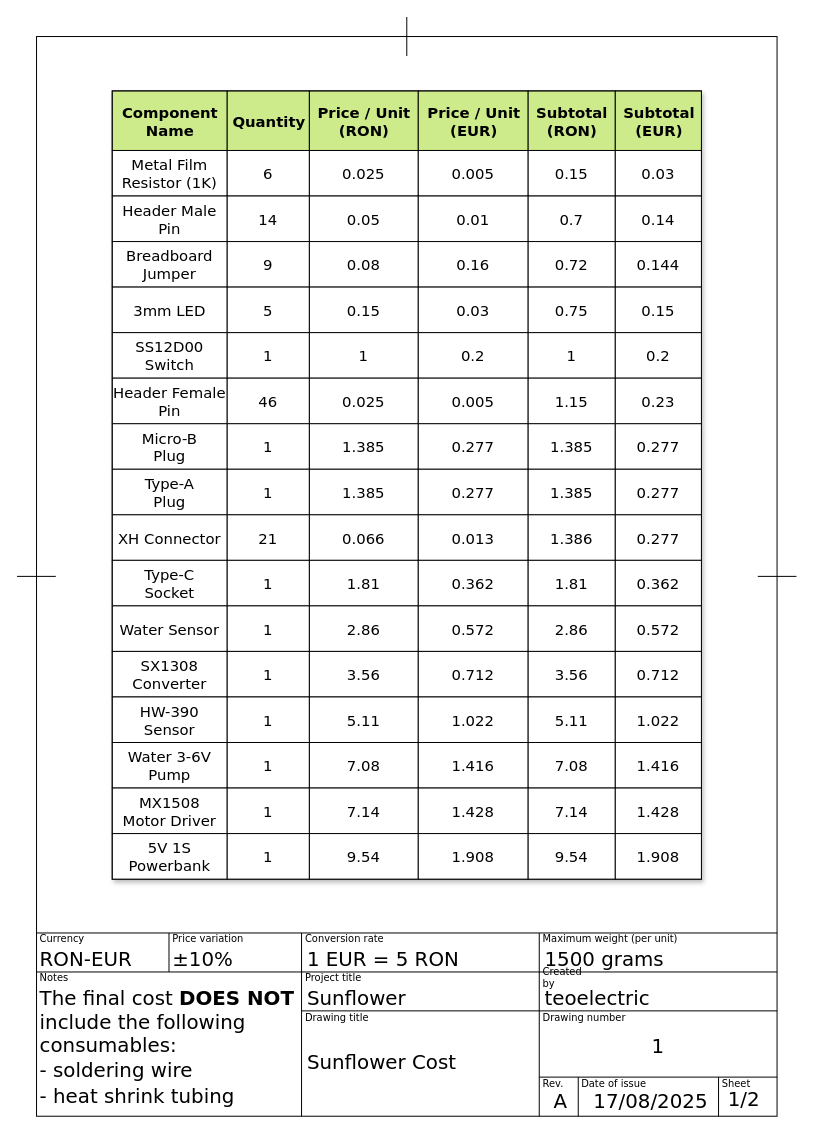
This is page "Sheet 1" (1 of 2) of Projects/SunFlower/Cost/DRAWIO/Sunflower_Cost.drawio from teodormorosanu/Electronic-Projects, a draw.io file, before an edit. Source tidied: cells renumbered, new cells numbered last; positions are measured from the earlier drawing's top-left corner, leaving out a move shared by most shapes. Both pictures are drawn from the tidied source at 99%, with x=0, y=0 at pixel (17, 17).
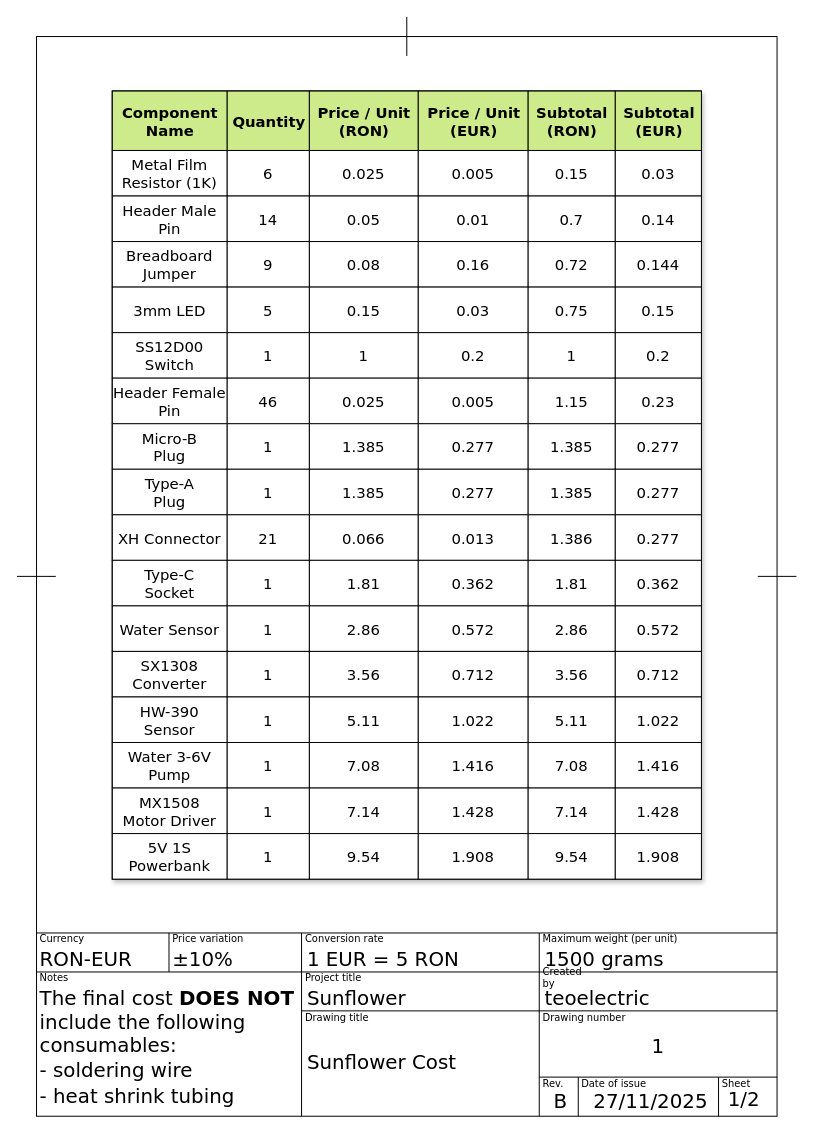
Above is the later version.

Change to the diagram source:
```diff
@@
-    <mxCell id="161" value="&lt;font style=&quot;font-size: 20px; font-weight: normal;&quot;&gt;17/08/2025&lt;/font&gt;" style="text;html=1;align=center;verticalAlign=middle;whiteSpace=wrap;rounded=0;fillColor=none;fontStyle=1;fontFamily=Verdana;" parent="1" vertex="1">
+    <mxCell id="161" value="&lt;font style=&quot;font-size: 20px; font-weight: normal;&quot;&gt;27/11/2025&lt;/font&gt;" style="text;html=1;align=center;verticalAlign=middle;whiteSpace=wrap;rounded=0;fillColor=none;fontStyle=1;fontFamily=Verdana;" parent="1" vertex="1">
       <mxGeometry x="629.6" y="1088.3" width="19.7" height="12.3" as="geometry" />
     </mxCell>
-    <mxCell id="162" value="&lt;font style=&quot;font-size: 20px; font-weight: normal;&quot;&gt;A&lt;/font&gt;" style="text;html=1;align=center;verticalAlign=middle;whiteSpace=wrap;rounded=0;fillColor=none;fontStyle=1;fontFamily=Verdana;" parent="1" vertex="1">
+    <mxCell id="162" value="&lt;font style=&quot;font-size: 20px; font-weight: normal;&quot;&gt;B&lt;/font&gt;" style="text;html=1;align=center;verticalAlign=middle;whiteSpace=wrap;rounded=0;fillColor=none;fontStyle=1;fontFamily=Verdana;" parent="1" vertex="1">
       <mxGeometry x="539.1" y="1088.3" width="19.7" height="12.3" as="geometry" />
     </mxCell>
```
